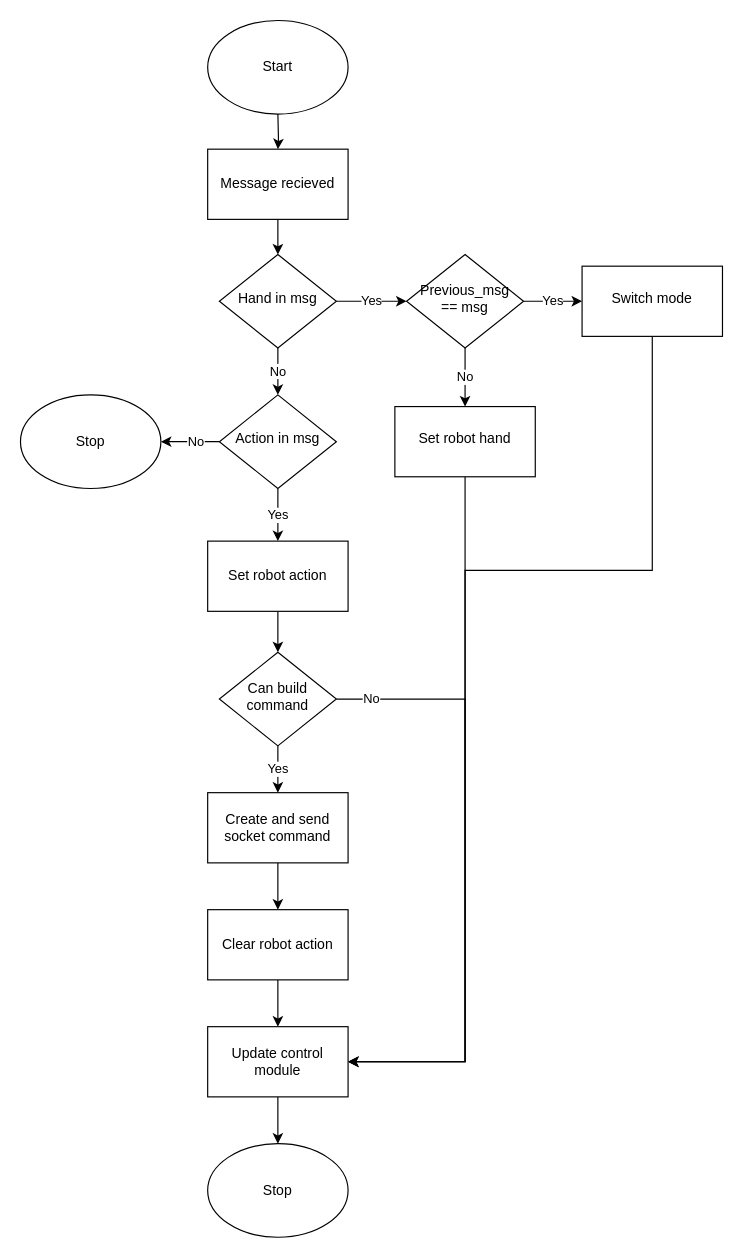
GreatSharky/CoHSCI keeps this draw.io diagram as jog_control.drawio. Above is the earlier version. Source tidied: cells renumbered, new cells numbered last; positions are measured from the earlier drawing's top-left corner, leaving out a move shared by most shapes. Both pictures are drawn from the tidied source at 117%, with x=0, y=0 at pixel (20, 20).
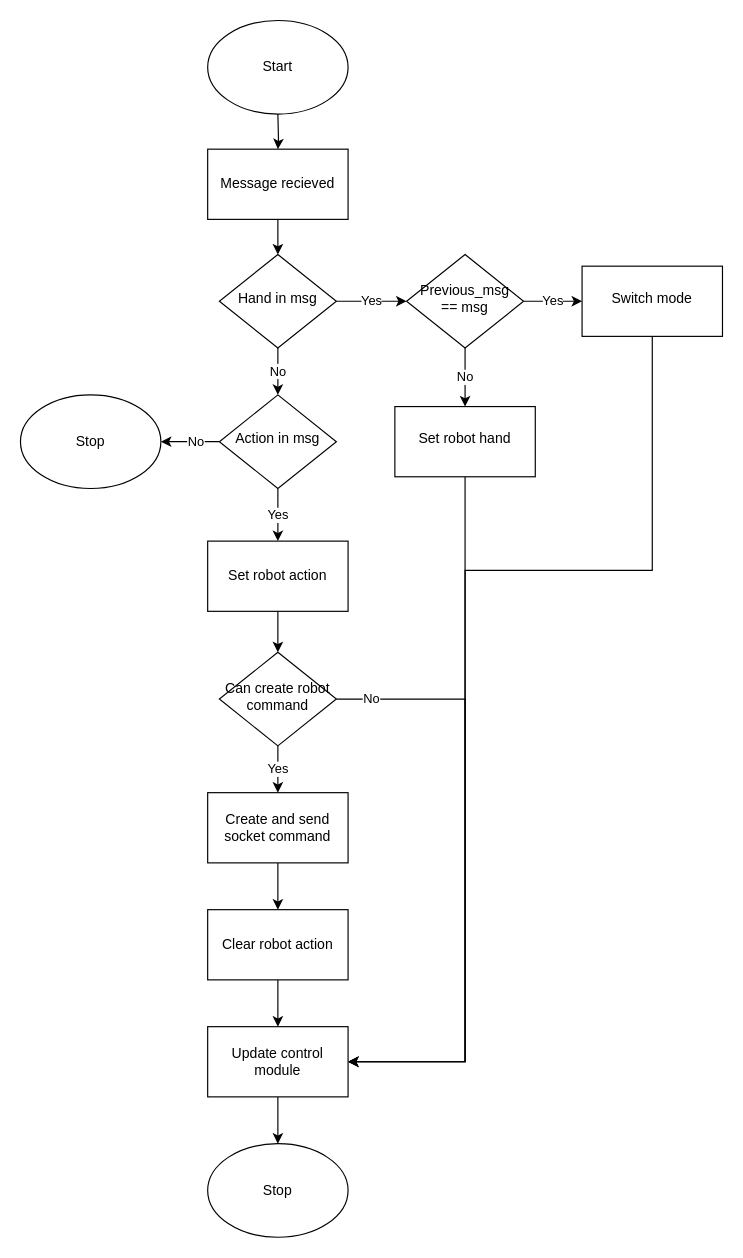
The same page after the edit.

Diff of the diagram source:
```diff
@@
-    <mxCell id="14" value="Can build command" style="rhombus;whiteSpace=wrap;html=1;shadow=0;fontFamily=Helvetica;fontSize=12;align=center;strokeWidth=1;spacing=6;spacingTop=-4;" parent="1" vertex="1">
+    <mxCell id="14" value="Can create robot command" style="rhombus;whiteSpace=wrap;html=1;shadow=0;fontFamily=Helvetica;fontSize=12;align=center;strokeWidth=1;spacing=6;spacingTop=-4;" parent="1" vertex="1">
       <mxGeometry x="170" y="540" width="100" height="80" as="geometry" />
     </mxCell>
```
